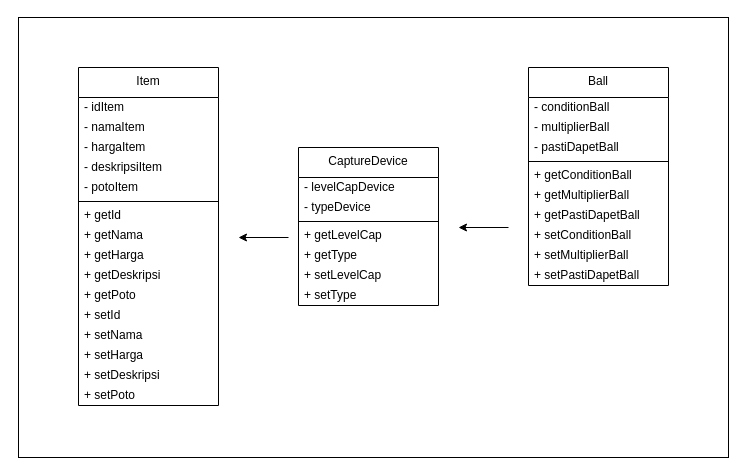
Above: desain.drawio in HasbieAssyattar/TP2DPBO2526C1 (draw.io), before the change. Source tidied: cells renumbered, new cells numbered last; positions are measured from the earlier drawing's top-left corner, leaving out a move shared by most shapes. Both pictures are drawn from the tidied source at 100%, with x=0, y=0 at pixel (18, 17).
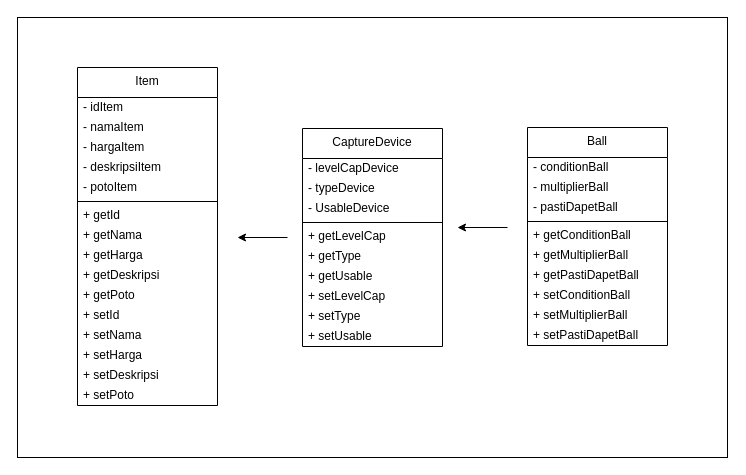
Above is the later version.

The edit, as a diff of the source:
```diff
@@
     <mxCell id="2" style="whiteSpace=wrap;html=1;" parent="1" vertex="1">
-      <mxGeometry width="710" height="440" as="geometry" />
+      <mxGeometry x="-1" width="710" height="440" as="geometry" />
     </mxCell>
     <mxCell id="3" value="Item" style="swimlane;fontStyle=0;align=center;verticalAlign=top;horizontal=1;startSize=30;html=1;whiteSpace=wrap;" parent="1" vertex="1">
-      <mxGeometry x="60" y="50" width="140" height="338" as="geometry" />
+      <mxGeometry x="59" y="50" width="140" height="338" as="geometry" />
     </mxCell>
@@
     <mxCell id="20" value="CaptureDevice" style="swimlane;fontStyle=0;align=center;verticalAlign=top;horizontal=1;startSize=30;html=1;whiteSpace=wrap;" parent="1" vertex="1">
-      <mxGeometry x="280" y="130" width="140" height="158" as="geometry" />
+      <mxGeometry x="284" y="111" width="140" height="218" as="geometry" />
     </mxCell>
@@
+    <mxCell id="41" value="- UsableDevice" style="text;html=1;strokeColor=none;fillColor=none;align=left;verticalAlign=middle;spacingLeft=4;spacingRight=4;overflow=hidden;whiteSpace=wrap;" parent="20" vertex="1">
+      <mxGeometry y="70" width="140" height="20" as="geometry" />
+    </mxCell>
     <mxCell id="23" style="line;strokeWidth=1;fillColor=none;align=left;verticalAlign=middle;spacingTop=-1;spacingLeft=3;spacingRight=3;labelPosition=right;" parent="20" vertex="1">
-      <mxGeometry y="70" width="140" height="8" as="geometry" />
+      <mxGeometry y="90" width="140" height="8" as="geometry" />
     </mxCell>
     <mxCell id="24" value="+ getLevelCap" style="text;html=1;strokeColor=none;fillColor=none;align=left;verticalAlign=middle;spacingLeft=4;spacingRight=4;overflow=hidden;whiteSpace=wrap;" parent="20" vertex="1">
-      <mxGeometry y="78" width="140" height="20" as="geometry" />
+      <mxGeometry y="98" width="140" height="20" as="geometry" />
     </mxCell>
     <mxCell id="25" value="+ getType" style="text;html=1;strokeColor=none;fillColor=none;align=left;verticalAlign=middle;spacingLeft=4;spacingRight=4;overflow=hidden;whiteSpace=wrap;" parent="20" vertex="1">
-      <mxGeometry y="98" width="140" height="20" as="geometry" />
+      <mxGeometry y="118" width="140" height="20" as="geometry" />
     </mxCell>
+    <mxCell id="42" value="+ getUsable" style="text;html=1;strokeColor=none;fillColor=none;align=left;verticalAlign=middle;spacingLeft=4;spacingRight=4;overflow=hidden;whiteSpace=wrap;" parent="20" vertex="1">
+      <mxGeometry y="138" width="140" height="20" as="geometry" />
+    </mxCell>
     <mxCell id="26" value="+ set&lt;span style=&quot;color: rgb(0, 0, 0);&quot;&gt;LevelCap&lt;/span&gt;&amp;nbsp;" style="text;html=1;strokeColor=none;fillColor=none;align=left;verticalAlign=middle;spacingLeft=4;spacingRight=4;overflow=hidden;whiteSpace=wrap;" parent="20" vertex="1">
-      <mxGeometry y="118" width="140" height="20" as="geometry" />
+      <mxGeometry y="158" width="140" height="20" as="geometry" />
     </mxCell>
     <mxCell id="27" value="+ setType" style="text;html=1;strokeColor=none;fillColor=none;align=left;verticalAlign=middle;spacingLeft=4;spacingRight=4;overflow=hidden;whiteSpace=wrap;" parent="20" vertex="1">
-      <mxGeometry y="138" width="140" height="20" as="geometry" />
+      <mxGeometry y="178" width="140" height="20" as="geometry" />
     </mxCell>
+    <mxCell id="43" value="+ setUsable" style="text;html=1;strokeColor=none;fillColor=none;align=left;verticalAlign=middle;spacingLeft=4;spacingRight=4;overflow=hidden;whiteSpace=wrap;" parent="20" vertex="1">
+      <mxGeometry y="198" width="140" height="20" as="geometry" />
+    </mxCell>
     <mxCell id="28" value="Ball" style="swimlane;fontStyle=0;align=center;verticalAlign=top;horizontal=1;startSize=30;html=1;whiteSpace=wrap;" parent="1" vertex="1">
-      <mxGeometry x="510" y="50" width="140" height="218" as="geometry" />
+      <mxGeometry x="509" y="110" width="140" height="218" as="geometry" />
     </mxCell>
@@
     <mxCell id="39" style="edgeStyle=none;orthogonalLoop=1;jettySize=auto;html=1;" parent="1" edge="1">
       <mxGeometry relative="1" as="geometry">
-        <mxPoint x="490" y="210" as="sourcePoint" />
-        <mxPoint x="440" y="210" as="targetPoint" />
+        <mxPoint x="489" y="210" as="sourcePoint" />
+        <mxPoint x="439" y="210" as="targetPoint" />
       </mxGeometry>
     </mxCell>
     <mxCell id="40" style="edgeStyle=none;orthogonalLoop=1;jettySize=auto;html=1;" parent="1" edge="1">
       <mxGeometry relative="1" as="geometry">
-        <mxPoint x="270" y="220" as="sourcePoint" />
-        <mxPoint x="220" y="220" as="targetPoint" />
+        <mxPoint x="269" y="220" as="sourcePoint" />
+        <mxPoint x="219" y="220" as="targetPoint" />
       </mxGeometry>
     </mxCell>
```
